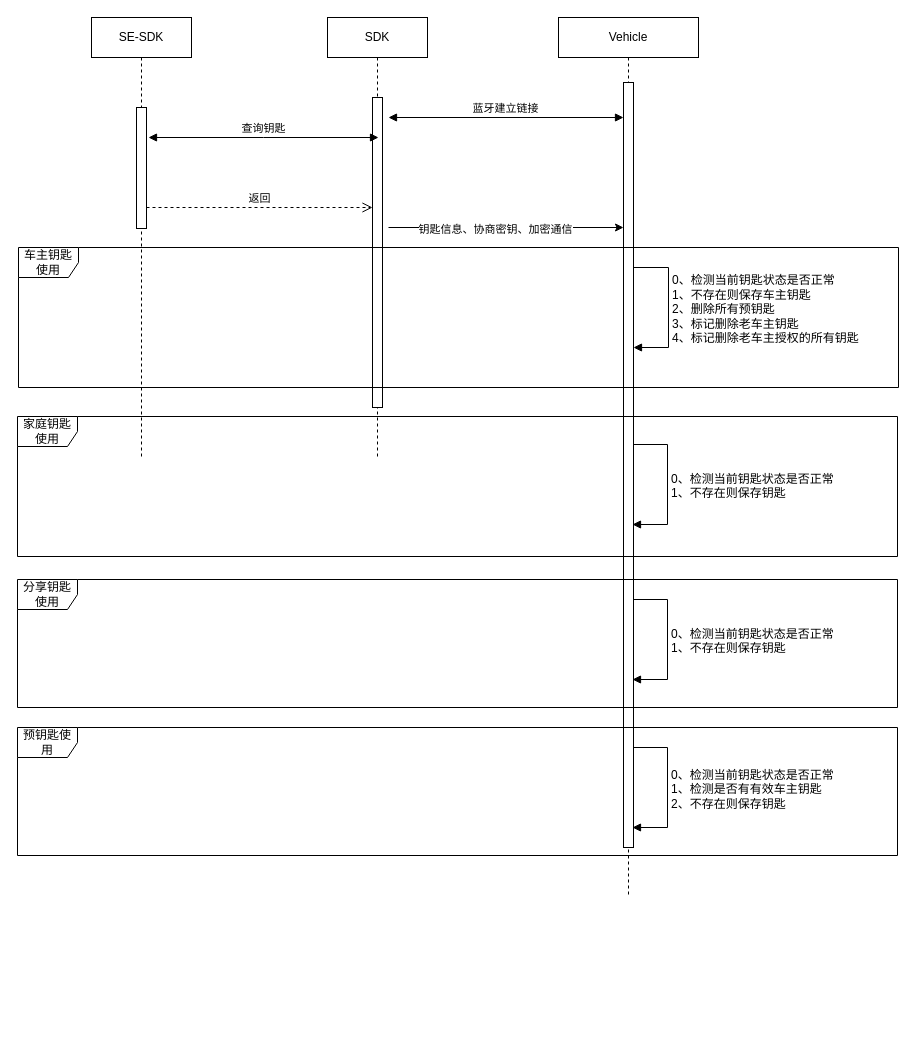
Earlier version of the draw.io diagram 钥匙使用.drawio (jianguocong/chart). Source tidied: cells renumbered, new cells numbered last; positions are measured from the earlier drawing's top-left corner, leaving out a move shared by most shapes. Both pictures are drawn from the tidied source at 100%, with x=0, y=0 at pixel (17, 17).
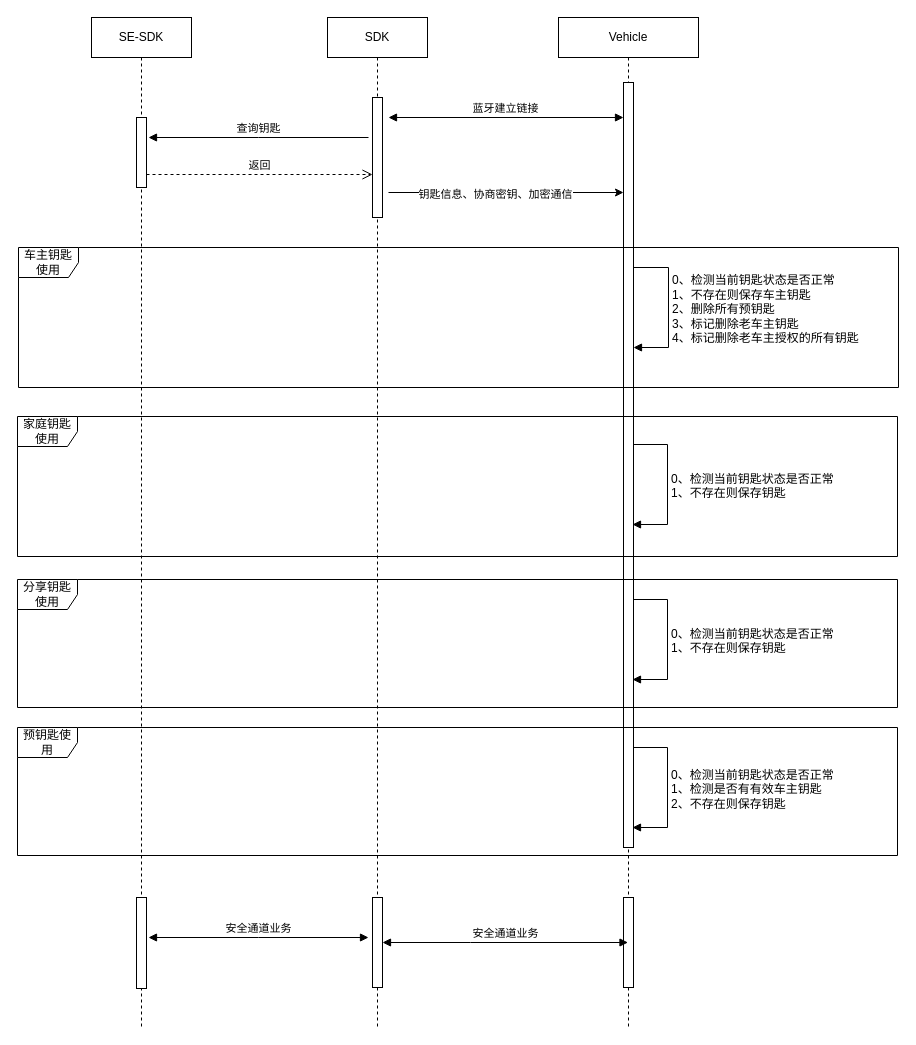
After the change.

Commit message (it also covers changes not shown here):
更新钥匙使用.drawio

The change refers to these unchanged cells:
```xml
<mxCell id="12" style="html=1;points=[];perimeter=orthogonalPerimeter;outlineConnect=0;targetShapes=umlLifeline;portConstraint=eastwest;newEdgeStyle={&quot;edgeStyle&quot;:&quot;elbowEdgeStyle&quot;,&quot;elbow&quot;:&quot;vertical&quot;,&quot;curved&quot;:0,&quot;rounded&quot;:0};" parent="1" vertex="1">
  <mxGeometry x="606" y="65" width="10" height="765" as="geometry" />
</mxCell>
```

Diff of the diagram source:
```diff
@@
     <mxCell id="2" value="SE-SDK" style="shape=umlLifeline;perimeter=lifelinePerimeter;whiteSpace=wrap;html=1;newEdgeStyle={&quot;edgeStyle&quot;:&quot;elbowEdgeStyle&quot;,&quot;elbow&quot;:&quot;vertical&quot;,&quot;curved&quot;:0,&quot;rounded&quot;:0};" parent="1" vertex="1">
-      <mxGeometry x="74" width="100" height="440" as="geometry" />
+      <mxGeometry x="74" width="100" height="1010" as="geometry" />
     </mxCell>
     <mxCell id="3" style="html=1;perimeter=orthogonalPerimeter;targetShapes=umlLifeline;newEdgeStyle={&quot;edgeStyle&quot;:&quot;elbowEdgeStyle&quot;,&quot;elbow&quot;:&quot;vertical&quot;,&quot;curved&quot;:0,&quot;rounded&quot;:0};" parent="2" vertex="1">
-      <mxGeometry x="45" y="90" width="10" height="121" as="geometry" />
+      <mxGeometry x="45" y="100" width="10" height="70" as="geometry" />
     </mxCell>
+    <mxCell id="21" style="html=1;perimeter=orthogonalPerimeter;targetShapes=umlLifeline;newEdgeStyle={&quot;edgeStyle&quot;:&quot;elbowEdgeStyle&quot;,&quot;elbow&quot;:&quot;vertical&quot;,&quot;curved&quot;:0,&quot;rounded&quot;:0};" parent="2" vertex="1">
+      <mxGeometry x="45" y="880" width="10" height="91" as="geometry" />
+    </mxCell>
     <mxCell id="4" value="SDK" style="shape=umlLifeline;perimeter=lifelinePerimeter;whiteSpace=wrap;html=1;newEdgeStyle={&quot;edgeStyle&quot;:&quot;elbowEdgeStyle&quot;,&quot;elbow&quot;:&quot;vertical&quot;,&quot;curved&quot;:0,&quot;rounded&quot;:0};" parent="1" vertex="1">
-      <mxGeometry x="310" width="100" height="440" as="geometry" />
+      <mxGeometry x="310" width="100" height="1010" as="geometry" />
     </mxCell>
     <mxCell id="5" style="html=1;perimeter=orthogonalPerimeter;targetShapes=umlLifeline;newEdgeStyle={&quot;edgeStyle&quot;:&quot;elbowEdgeStyle&quot;,&quot;elbow&quot;:&quot;vertical&quot;,&quot;curved&quot;:0,&quot;rounded&quot;:0};" parent="4" vertex="1">
-      <mxGeometry x="45" y="80" width="10" height="310" as="geometry" />
+      <mxGeometry x="45" y="80" width="10" height="120" as="geometry" />
     </mxCell>
+    <mxCell id="22" style="html=1;points=[];perimeter=orthogonalPerimeter;outlineConnect=0;targetShapes=umlLifeline;portConstraint=eastwest;newEdgeStyle={&quot;edgeStyle&quot;:&quot;elbowEdgeStyle&quot;,&quot;elbow&quot;:&quot;vertical&quot;,&quot;curved&quot;:0,&quot;rounded&quot;:0};" parent="4" vertex="1">
+      <mxGeometry x="45" y="880" width="10" height="90" as="geometry" />
+    </mxCell>
@@
     <mxCell id="7" value="Vehicle" style="shape=umlLifeline;perimeter=lifelinePerimeter;whiteSpace=wrap;html=1;outlineConnect=0;portConstraint=eastwest;newEdgeStyle={&quot;edgeStyle&quot;:&quot;elbowEdgeStyle&quot;,&quot;elbow&quot;:&quot;vertical&quot;,&quot;curved&quot;:0,&quot;rounded&quot;:0};" parent="1" vertex="1">
-      <mxGeometry x="541" width="140" height="880" as="geometry" />
+      <mxGeometry x="541" width="140" height="1010" as="geometry" />
     </mxCell>
+    <mxCell id="23" style="html=1;perimeter=orthogonalPerimeter;targetShapes=umlLifeline;newEdgeStyle={&quot;edgeStyle&quot;:&quot;elbowEdgeStyle&quot;,&quot;elbow&quot;:&quot;vertical&quot;,&quot;curved&quot;:0,&quot;rounded&quot;:0};" parent="7" vertex="1">
+      <mxGeometry x="65" y="880" width="10" height="90" as="geometry" />
+    </mxCell>
-    <mxCell id="8" style="endArrow=classic;html=1;rounded=0;" parent="1" edge="1" target="12">
+    <mxCell id="8" style="endArrow=classic;html=1;rounded=0;" parent="1" edge="1">
       <mxGeometry relative="1" as="geometry">
-        <mxPoint x="371" y="210" as="sourcePoint" />
+        <mxPoint x="371" y="175" as="sourcePoint" />
+        <mxPoint x="606" y="175" as="targetPoint" />
       </mxGeometry>
     </mxCell>
@@
     <mxCell id="11" value="返回" style="html=1;verticalAlign=bottom;endArrow=open;dashed=1;endSize=8;edgeStyle=elbowEdgeStyle;elbow=vertical;curved=0;rounded=0;" parent="1" edge="1">
       <mxGeometry relative="1" as="geometry">
-        <mxPoint x="129" y="190" as="sourcePoint" />
-        <mxPoint x="355" y="190" as="targetPoint" />
+        <mxPoint x="129" y="157" as="sourcePoint" />
+        <mxPoint x="355" y="157" as="targetPoint" />
       </mxGeometry>
     </mxCell>
@@
-    <mxCell id="13" value="查询钥匙" style="html=1;verticalAlign=bottom;endArrow=block;edgeStyle=elbowEdgeStyle;elbow=vertical;curved=0;rounded=0;startArrow=block;startFill=1;" parent="1" edge="1">
+    <mxCell id="13" value="查询钥匙" style="html=1;verticalAlign=bottom;endArrow=block;edgeStyle=elbowEdgeStyle;elbow=vertical;curved=0;rounded=0;startArrow=none;startFill=0;" parent="1" edge="1">
       <mxGeometry relative="1" as="geometry">
-        <mxPoint x="361" y="120" as="sourcePoint" />
+        <mxPoint x="351" y="120" as="sourcePoint" />
         <mxPoint x="131" y="120" as="targetPoint" />
       </mxGeometry>
     </mxCell>
@@
+    <mxCell id="24" value="安全通道业务" style="html=1;verticalAlign=bottom;endArrow=block;edgeStyle=elbowEdgeStyle;elbow=vertical;curved=0;rounded=0;startArrow=block;startFill=1;" parent="1" edge="1">
+      <mxGeometry relative="1" as="geometry">
+        <mxPoint x="351" y="920" as="sourcePoint" />
+        <mxPoint x="131" y="920" as="targetPoint" />
+      </mxGeometry>
+    </mxCell>
+    <mxCell id="25" value="安全通道业务" style="html=1;verticalAlign=bottom;endArrow=block;edgeStyle=elbowEdgeStyle;elbow=vertical;curved=0;rounded=0;startArrow=block;startFill=1;" parent="1" edge="1" source="7" target="22">
+      <mxGeometry relative="1" as="geometry" />
+    </mxCell>
```
